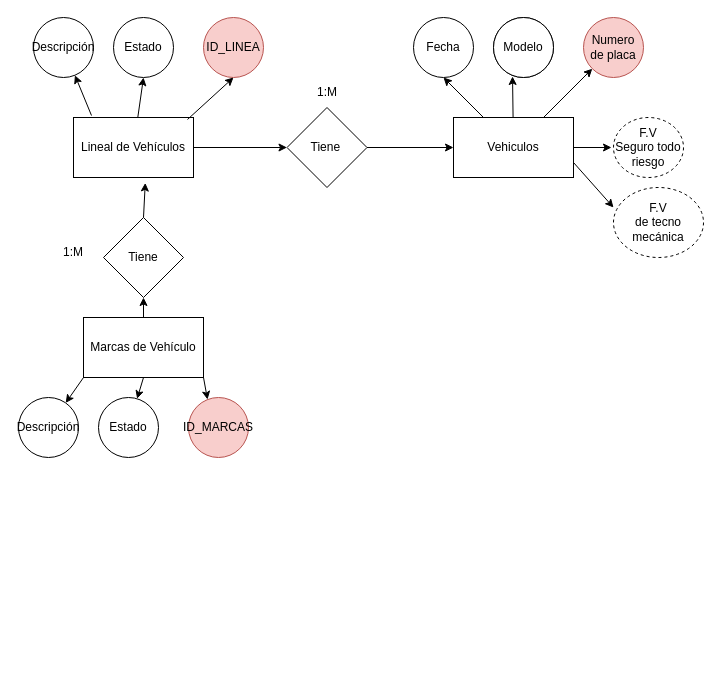
This is Untitled Diagram.drawio from WilmaraRuizD/2pagina, a draw.io file, before an edit. Source tidied: cells renumbered, new cells numbered last; positions are measured from the earlier drawing's top-left corner, leaving out a move shared by most shapes. Both pictures are drawn from the tidied source at 100%, with x=0, y=0 at pixel (18, 17).
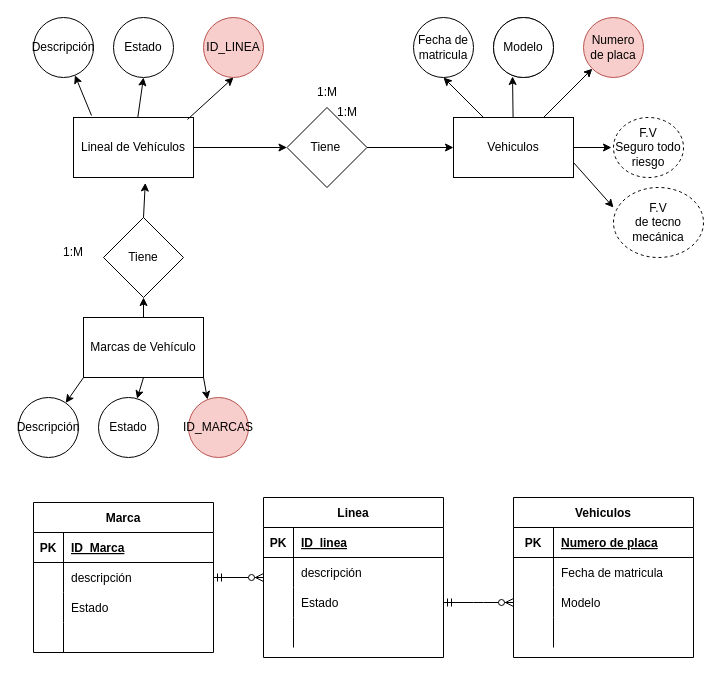
Above is the later version.

Change to the diagram source:
```diff
@@
-    <mxCell id="14" value="Fecha" style="ellipse;whiteSpace=wrap;html=1;" parent="1" vertex="1">
+    <mxCell id="14" value="Fecha de matricula" style="ellipse;whiteSpace=wrap;html=1;" parent="1" vertex="1">
       <mxGeometry x="395" width="60" height="60" as="geometry" />
     </mxCell>
@@
+    <mxCell id="36" value="Marca" style="shape=table;startSize=30;childLayout=tableLayout;rowLines=0;fontStyle=1;align=center;" parent="1" vertex="1">
+      <mxGeometry x="15" y="485" width="180" height="150" as="geometry" />
+    </mxCell>
+    <mxCell id="37" style="shape=tableRow;horizontal=0;startSize=0;swimlaneHead=0;swimlaneBody=0;fillColor=none;top=0;left=0;right=0;bottom=1;" parent="36" vertex="1">
+      <mxGeometry y="30" width="180" height="30" as="geometry" />
+    </mxCell>
+    <mxCell id="38" value="PK" style="shape=partialRectangle;fillColor=none;top=0;left=0;bottom=0;right=0;fontStyle=1;overflow=hidden;" parent="37" vertex="1">
+      <mxGeometry width="30" height="30" as="geometry" />
+    </mxCell>
+    <mxCell id="39" value="ID_Marca" style="shape=partialRectangle;fillColor=none;top=0;left=0;bottom=0;right=0;align=left;spacingLeft=6;fontStyle=5;overflow=hidden;" parent="37" vertex="1">
+      <mxGeometry x="30" width="150" height="30" as="geometry" />
+    </mxCell>
+    <mxCell id="40" style="shape=tableRow;horizontal=0;startSize=0;swimlaneHead=0;swimlaneBody=0;fillColor=none;points=[[0,0.5],[1,0.5]];portConstraint=eastwest;top=0;left=0;right=0;bottom=0;" parent="36" vertex="1">
+      <mxGeometry y="60" width="180" height="30" as="geometry" />
+    </mxCell>
+    <mxCell id="41" style="shape=partialRectangle;fillColor=none;top=0;left=0;bottom=0;right=0;overflow=hidden;" parent="40" vertex="1">
+      <mxGeometry width="30" height="30" as="geometry" />
+    </mxCell>
+    <mxCell id="42" value="descripción" style="shape=partialRectangle;fillColor=none;top=0;left=0;bottom=0;right=0;align=left;spacingLeft=6;overflow=hidden;" parent="40" vertex="1">
+      <mxGeometry x="30" width="150" height="30" as="geometry" />
+    </mxCell>
+    <mxCell id="43" style="shape=tableRow;horizontal=0;startSize=0;swimlaneHead=0;swimlaneBody=0;fillColor=none;top=0;left=0;right=0;bottom=0;" parent="36" vertex="1">
+      <mxGeometry y="90" width="180" height="30" as="geometry" />
+    </mxCell>
+    <mxCell id="44" style="shape=partialRectangle;fillColor=none;top=0;left=0;bottom=0;right=0;overflow=hidden;" parent="43" vertex="1">
+      <mxGeometry width="30" height="30" as="geometry" />
+    </mxCell>
+    <mxCell id="45" value="Estado" style="shape=partialRectangle;fillColor=none;top=0;left=0;bottom=0;right=0;align=left;spacingLeft=6;overflow=hidden;" parent="43" vertex="1">
+      <mxGeometry x="30" width="150" height="30" as="geometry" />
+    </mxCell>
+    <mxCell id="46" style="shape=tableRow;horizontal=0;startSize=0;swimlaneHead=0;swimlaneBody=0;fillColor=none;top=0;left=0;right=0;bottom=0;" parent="36" vertex="1">
+      <mxGeometry y="120" width="180" height="30" as="geometry" />
+    </mxCell>
+    <mxCell id="47" style="shape=partialRectangle;fillColor=none;top=0;left=0;bottom=0;right=0;overflow=hidden;" parent="46" vertex="1">
+      <mxGeometry width="30" height="30" as="geometry" />
+    </mxCell>
+    <mxCell id="48" style="shape=partialRectangle;fillColor=none;top=0;left=0;bottom=0;right=0;align=left;spacingLeft=6;overflow=hidden;" parent="46" vertex="1">
+      <mxGeometry x="30" width="150" height="30" as="geometry" />
+    </mxCell>
+    <mxCell id="49" value="1:M" style="text;html=1;strokeColor=none;fillColor=none;align=center;verticalAlign=middle;whiteSpace=wrap;rounded=0;" parent="1" vertex="1">
+      <mxGeometry x="298.5" y="80" width="60" height="30" as="geometry" />
+    </mxCell>
+    <mxCell id="50" value="Linea" style="shape=table;startSize=30;childLayout=tableLayout;rowLines=0;fontStyle=1;align=center;" parent="1" vertex="1">
+      <mxGeometry x="245" y="480" width="180" height="160" as="geometry" />
+    </mxCell>
+    <mxCell id="51" style="shape=tableRow;horizontal=0;startSize=0;swimlaneHead=0;swimlaneBody=0;fillColor=none;top=0;left=0;right=0;bottom=1;" parent="50" vertex="1">
+      <mxGeometry y="30" width="180" height="30" as="geometry" />
+    </mxCell>
+    <mxCell id="52" value="PK" style="shape=partialRectangle;fillColor=none;top=0;left=0;bottom=0;right=0;fontStyle=1;overflow=hidden;" parent="51" vertex="1">
+      <mxGeometry width="30" height="30" as="geometry" />
+    </mxCell>
+    <mxCell id="53" value="ID_linea" style="shape=partialRectangle;fillColor=none;top=0;left=0;bottom=0;right=0;align=left;spacingLeft=6;fontStyle=5;overflow=hidden;" parent="51" vertex="1">
+      <mxGeometry x="30" width="150" height="30" as="geometry" />
+    </mxCell>
+    <mxCell id="54" style="shape=tableRow;horizontal=0;startSize=0;swimlaneHead=0;swimlaneBody=0;fillColor=none;top=0;left=0;right=0;bottom=0;" parent="50" vertex="1">
+      <mxGeometry y="60" width="180" height="30" as="geometry" />
+    </mxCell>
+    <mxCell id="55" style="shape=partialRectangle;fillColor=none;top=0;left=0;bottom=0;right=0;overflow=hidden;" parent="54" vertex="1">
+      <mxGeometry width="30" height="30" as="geometry" />
+    </mxCell>
+    <mxCell id="56" value="descripción" style="shape=partialRectangle;fillColor=none;top=0;left=0;bottom=0;right=0;align=left;spacingLeft=6;overflow=hidden;" parent="54" vertex="1">
+      <mxGeometry x="30" width="150" height="30" as="geometry" />
+    </mxCell>
+    <mxCell id="57" style="shape=tableRow;horizontal=0;startSize=0;swimlaneHead=0;swimlaneBody=0;fillColor=none;points=[[0,0.5],[1,0.5]];portConstraint=eastwest;top=0;left=0;right=0;bottom=0;" parent="50" vertex="1">
+      <mxGeometry y="90" width="180" height="30" as="geometry" />
+    </mxCell>
+    <mxCell id="58" style="shape=partialRectangle;fillColor=none;top=0;left=0;bottom=0;right=0;overflow=hidden;" parent="57" vertex="1">
+      <mxGeometry width="30" height="30" as="geometry" />
+    </mxCell>
+    <mxCell id="59" value="Estado" style="shape=partialRectangle;fillColor=none;top=0;left=0;bottom=0;right=0;align=left;spacingLeft=6;overflow=hidden;" parent="57" vertex="1">
+      <mxGeometry x="30" width="150" height="30" as="geometry" />
+    </mxCell>
+    <mxCell id="60" style="shape=tableRow;horizontal=0;startSize=0;swimlaneHead=0;swimlaneBody=0;fillColor=none;top=0;left=0;right=0;bottom=0;" parent="50" vertex="1">
+      <mxGeometry y="120" width="180" height="30" as="geometry" />
+    </mxCell>
+    <mxCell id="61" style="shape=partialRectangle;fillColor=none;top=0;left=0;bottom=0;right=0;overflow=hidden;" parent="60" vertex="1">
+      <mxGeometry width="30" height="30" as="geometry" />
+    </mxCell>
+    <mxCell id="62" style="shape=partialRectangle;fillColor=none;top=0;left=0;bottom=0;right=0;align=left;spacingLeft=6;overflow=hidden;" parent="60" vertex="1">
+      <mxGeometry x="30" width="150" height="30" as="geometry" />
+    </mxCell>
+    <mxCell id="63" value="Vehiculos" style="shape=table;startSize=30;childLayout=tableLayout;rowLines=0;fontStyle=1;align=center;" parent="1" vertex="1">
+      <mxGeometry x="495" y="480" width="180" height="160" as="geometry" />
+    </mxCell>
+    <mxCell id="64" style="shape=tableRow;horizontal=0;startSize=0;swimlaneHead=0;swimlaneBody=0;fillColor=none;top=0;left=0;right=0;bottom=1;" parent="63" vertex="1">
+      <mxGeometry y="30" width="180" height="30" as="geometry" />
+    </mxCell>
+    <mxCell id="65" value="PK" style="shape=partialRectangle;fillColor=none;top=0;left=0;bottom=0;right=0;fontStyle=1;overflow=hidden;" parent="64" vertex="1">
+      <mxGeometry width="40" height="30" as="geometry" />
+    </mxCell>
+    <mxCell id="66" value="Numero de placa" style="shape=partialRectangle;fillColor=none;top=0;left=0;bottom=0;right=0;align=left;spacingLeft=6;fontStyle=5;overflow=hidden;" parent="64" vertex="1">
+      <mxGeometry x="40" width="140" height="30" as="geometry" />
+    </mxCell>
+    <mxCell id="67" style="shape=tableRow;horizontal=0;startSize=0;swimlaneHead=0;swimlaneBody=0;fillColor=none;top=0;left=0;right=0;bottom=0;" parent="63" vertex="1">
+      <mxGeometry y="60" width="180" height="30" as="geometry" />
+    </mxCell>
+    <mxCell id="68" style="shape=partialRectangle;fillColor=none;top=0;left=0;bottom=0;right=0;overflow=hidden;" parent="67" vertex="1">
+      <mxGeometry width="40" height="30" as="geometry" />
+    </mxCell>
+    <mxCell id="69" value="Fecha de matricula" style="shape=partialRectangle;fillColor=none;top=0;left=0;bottom=0;right=0;align=left;spacingLeft=6;overflow=hidden;" parent="67" vertex="1">
+      <mxGeometry x="40" width="140" height="30" as="geometry" />
+    </mxCell>
+    <mxCell id="70" style="shape=tableRow;horizontal=0;startSize=0;swimlaneHead=0;swimlaneBody=0;fillColor=none;points=[[0,0.5],[1,0.5]];portConstraint=eastwest;top=0;left=0;right=0;bottom=0;" parent="63" vertex="1">
+      <mxGeometry y="90" width="180" height="30" as="geometry" />
+    </mxCell>
+    <mxCell id="71" style="shape=partialRectangle;fillColor=none;top=0;left=0;bottom=0;right=0;overflow=hidden;" parent="70" vertex="1">
+      <mxGeometry width="40" height="30" as="geometry" />
+    </mxCell>
+    <mxCell id="72" value="Modelo" style="shape=partialRectangle;fillColor=none;top=0;left=0;bottom=0;right=0;align=left;spacingLeft=6;overflow=hidden;" parent="70" vertex="1">
+      <mxGeometry x="40" width="140" height="30" as="geometry" />
+    </mxCell>
+    <mxCell id="73" style="shape=tableRow;horizontal=0;startSize=0;swimlaneHead=0;swimlaneBody=0;fillColor=none;top=0;left=0;right=0;bottom=0;" parent="63" vertex="1">
+      <mxGeometry y="120" width="180" height="30" as="geometry" />
+    </mxCell>
+    <mxCell id="74" style="shape=partialRectangle;fillColor=none;top=0;left=0;bottom=0;right=0;overflow=hidden;" parent="73" vertex="1">
+      <mxGeometry width="40" height="30" as="geometry" />
+    </mxCell>
+    <mxCell id="75" style="shape=partialRectangle;fillColor=none;top=0;left=0;bottom=0;right=0;align=left;spacingLeft=6;overflow=hidden;" parent="73" vertex="1">
+      <mxGeometry x="40" width="140" height="30" as="geometry" />
+    </mxCell>
+    <mxCell id="76" style="edgeStyle=entityRelationEdgeStyle;fontSize=12;html=1;endArrow=ERzeroToMany;startArrow=ERmandOne;rounded=0;exitX=1;exitY=0.5;exitDx=0;exitDy=0;" parent="1" edge="1" source="40">
+      <mxGeometry relative="1" as="geometry">
+        <mxPoint x="245" y="560" as="targetPoint" />
+      </mxGeometry>
+    </mxCell>
+    <mxCell id="77" style="edgeStyle=entityRelationEdgeStyle;fontSize=12;html=1;endArrow=ERzeroToMany;startArrow=ERmandOne;rounded=0;exitX=1;exitY=0.5;exitDx=0;exitDy=0;entryX=0;entryY=0.5;entryDx=0;entryDy=0;" parent="1" edge="1" source="57" target="70">
+      <mxGeometry relative="1" as="geometry" />
+    </mxCell>
```
